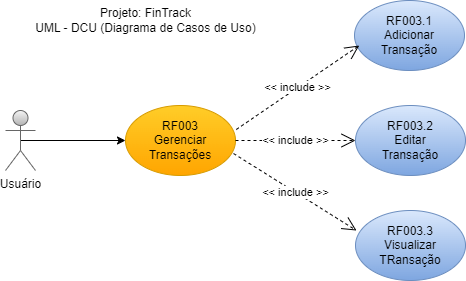
The draw.io diagram Docs/Diagramas/Diagrama-transações.drawio.png in Carla-coder/FinTrack, before a commit. Source tidied: cells renumbered, new cells last; positions are measured from the earlier drawing's top-left corner, leaving out a move shared by most shapes. Source of this version:
```xml
<mxGraphModel>
  <root>
    <mxCell id="0" />
    <mxCell id="1" parent="0" />
    <mxCell id="2" value="Projeto: FinTrack&lt;div&gt;UML - DCU (Diagrama de Casos de Uso)&lt;/div&gt;" style="text;html=1;align=center;verticalAlign=middle;strokeColor=none;fillColor=none;" parent="1" vertex="1">
      <mxGeometry x="20" width="240" height="40" as="geometry" />
    </mxCell>
    <mxCell id="3" style="edgeStyle=orthogonalEdgeStyle;rounded=0;jettySize=auto;html=1;exitX=0.5;exitY=0.5;exitDx=0;exitDy=0;exitPerimeter=0;" parent="1" edge="1" source="4" target="5">
      <mxGeometry relative="1" as="geometry" />
    </mxCell>
    <mxCell id="4" value="Usuário" style="shape=umlActor;verticalLabelPosition=bottom;verticalAlign=top;html=1;fillColor=#f5f5f5;gradientColor=#b3b3b3;strokeColor=#666666;" parent="1" vertex="1">
      <mxGeometry y="110" width="30" height="60" as="geometry" />
    </mxCell>
    <mxCell id="5" value="RF003&lt;div&gt;Gerenciar&lt;/div&gt;&lt;div&gt;Transações&lt;/div&gt;" style="ellipse;whiteSpace=wrap;html=1;fillColor=#ffcd28;gradientColor=#ffa500;strokeColor=#d79b00;" parent="1" vertex="1">
      <mxGeometry x="120" y="105" width="110" height="70" as="geometry" />
    </mxCell>
    <mxCell id="6" value="RF003.2&lt;div&gt;Editar&lt;/div&gt;&lt;div&gt;Transação&lt;/div&gt;" style="ellipse;whiteSpace=wrap;html=1;fillColor=#dae8fc;gradientColor=#7ea6e0;strokeColor=#6c8ebf;" parent="1" vertex="1">
      <mxGeometry x="350" y="105" width="110" height="70" as="geometry" />
    </mxCell>
    <mxCell id="7" value="RF003.1&lt;div&gt;Adicionar&lt;/div&gt;&lt;div&gt;Transação&lt;/div&gt;" style="ellipse;whiteSpace=wrap;html=1;fillColor=#dae8fc;gradientColor=#7ea6e0;strokeColor=#6c8ebf;" parent="1" vertex="1">
      <mxGeometry x="349" width="110" height="70" as="geometry" />
    </mxCell>
    <mxCell id="8" value="&amp;lt;&amp;lt; include &amp;gt;&amp;gt;" style="endArrow=open;endSize=12;dashed=1;html=1;rounded=0;exitX=1.007;exitY=0.343;exitDx=0;exitDy=0;exitPerimeter=0;entryX=0.043;entryY=0.643;entryDx=0;entryDy=0;entryPerimeter=0;" parent="1" edge="1" source="5" target="7">
      <mxGeometry relative="1" as="geometry" />
    </mxCell>
    <mxCell id="9" value="&amp;lt;&amp;lt; include &amp;gt;&amp;gt;" style="endArrow=open;endSize=12;dashed=1;html=1;rounded=0;exitX=1;exitY=0.5;exitDx=0;exitDy=0;" parent="1" edge="1" source="5">
      <mxGeometry relative="1" as="geometry">
        <mxPoint x="350" y="140" as="targetPoint" />
      </mxGeometry>
    </mxCell>
    <mxCell id="10" value="RF003.3&lt;div&gt;Visualizar&lt;/div&gt;&lt;div&gt;TRansação&lt;/div&gt;" style="ellipse;whiteSpace=wrap;html=1;fillColor=#dae8fc;gradientColor=#7ea6e0;strokeColor=#6c8ebf;" parent="1" vertex="1">
      <mxGeometry x="350" y="210" width="110" height="70" as="geometry" />
    </mxCell>
    <mxCell id="11" value="&amp;lt;&amp;lt; include &amp;gt;&amp;gt;" style="endArrow=open;endSize=12;dashed=1;html=1;rounded=0;exitX=0.982;exitY=0.686;exitDx=0;exitDy=0;exitPerimeter=0;entryX=0.009;entryY=0.286;entryDx=0;entryDy=0;entryPerimeter=0;" parent="1" edge="1" source="5" target="10">
      <mxGeometry relative="1" as="geometry" />
    </mxCell>
  </root>
</mxGraphModel>
```
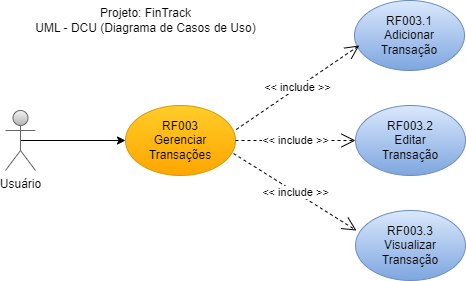
The same diagram one commit later.

What changed in the source:
```diff
@@ -28,7 +28,7 @@
         <mxPoint x="350" y="140" as="targetPoint" />
       </mxGeometry>
     </mxCell>
-    <mxCell id="10" value="RF003.3&lt;div&gt;Visualizar&lt;/div&gt;&lt;div&gt;TRansação&lt;/div&gt;" style="ellipse;whiteSpace=wrap;html=1;fillColor=#dae8fc;gradientColor=#7ea6e0;strokeColor=#6c8ebf;" parent="1" vertex="1">
+    <mxCell id="10" value="RF003.3&lt;div&gt;Visualizar&lt;/div&gt;&lt;div&gt;Transação&lt;/div&gt;" style="ellipse;whiteSpace=wrap;html=1;fillColor=#dae8fc;gradientColor=#7ea6e0;strokeColor=#6c8ebf;" parent="1" vertex="1">
       <mxGeometry x="350" y="210" width="110" height="70" as="geometry" />
     </mxCell>
     <mxCell id="11" value="&amp;lt;&amp;lt; include &amp;gt;&amp;gt;" style="endArrow=open;endSize=12;dashed=1;html=1;rounded=0;exitX=0.982;exitY=0.686;exitDx=0;exitDy=0;exitPerimeter=0;entryX=0.009;entryY=0.286;entryDx=0;entryDy=0;entryPerimeter=0;" parent="1" edge="1" source="5" target="10">
```
